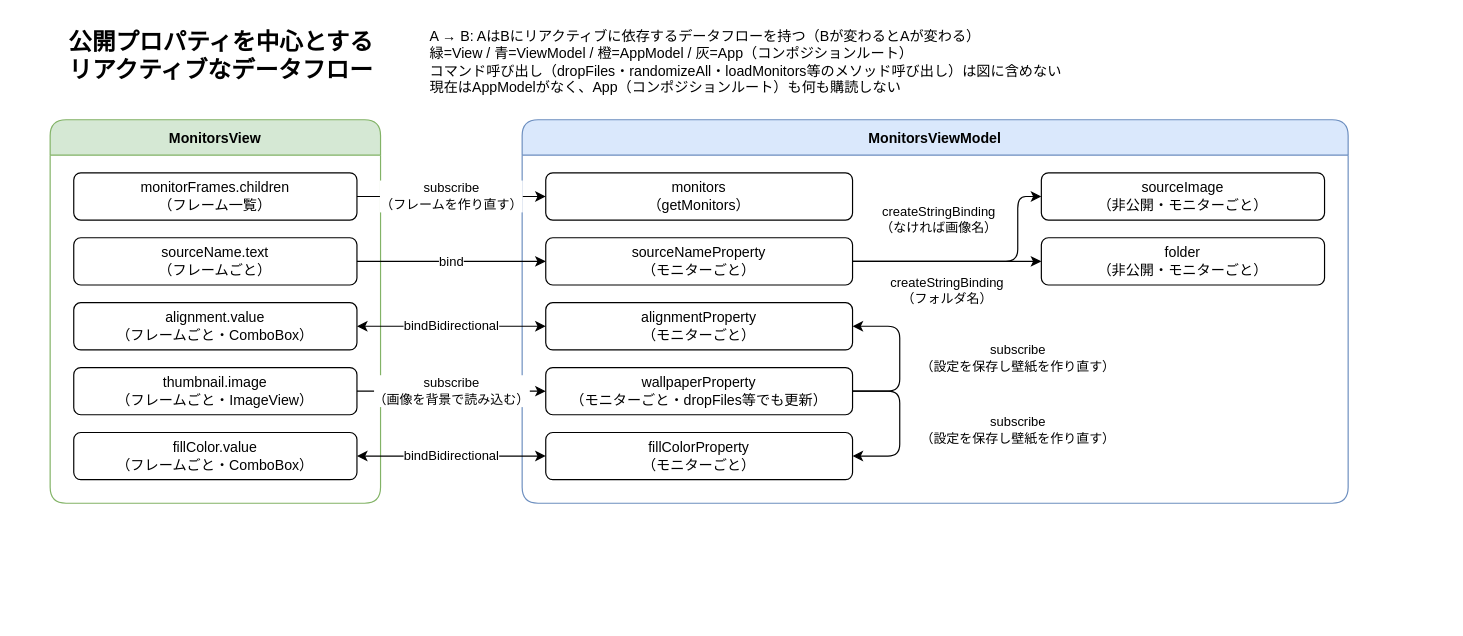
sosuisen/sss-wallpaper keeps this draw.io diagram as docs/reactive-dependencies.drawio. Above is the earlier version. Source tidied: cells renumbered, new cells numbered last; positions are measured from the earlier drawing's top-left corner, leaving out a move shared by most shapes. Both pictures are drawn from the tidied source at 118%, with x=0, y=0 at pixel (20, 20).
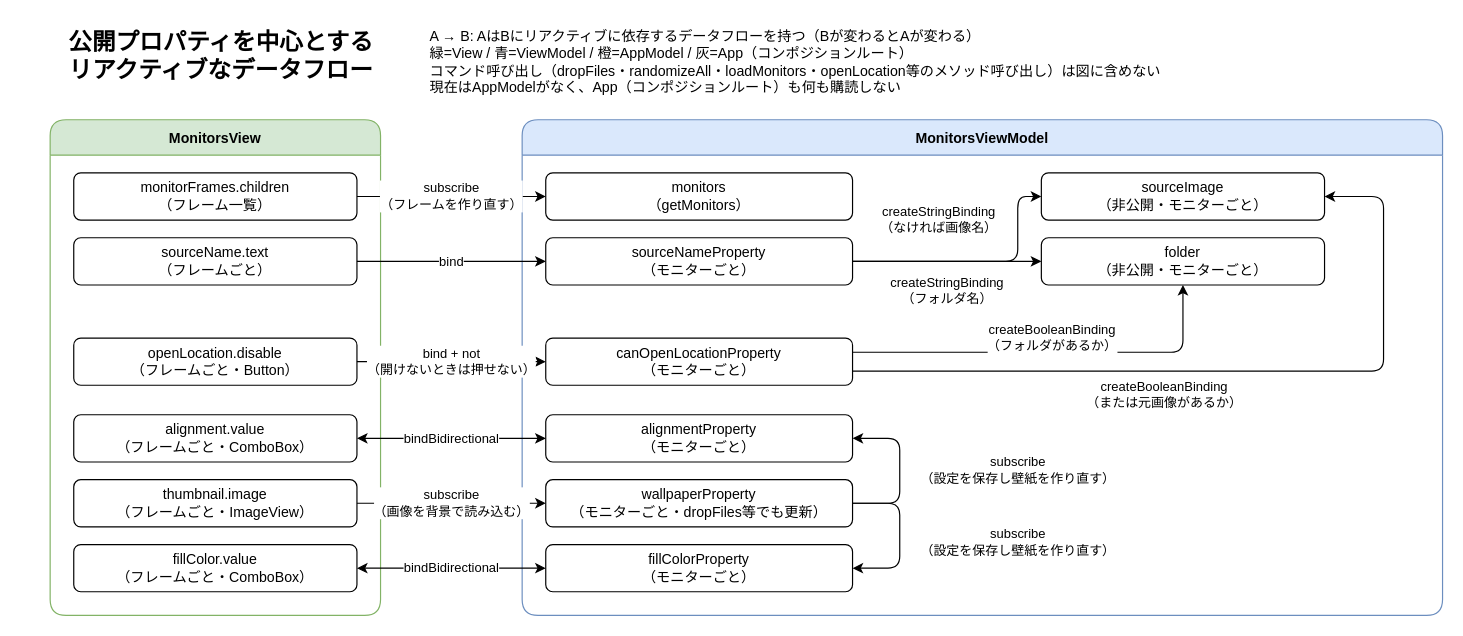
The same page after the edit.

Unchanged cells that the change refers to:
```xml
<mxCell id="16" value="sourceImage&lt;div&gt;（非公開・モニターごと）&lt;/div&gt;" style="rounded=1;whiteSpace=wrap;html=1;fillColor=#ffffff;" parent="10" vertex="1">
  <mxGeometry x="440" y="45" width="240" height="40" as="geometry" />
</mxCell>
<mxCell id="17" value="folder&lt;div&gt;（非公開・モニターごと）&lt;/div&gt;" style="rounded=1;whiteSpace=wrap;html=1;fillColor=#ffffff;" parent="10" vertex="1">
  <mxGeometry x="440" y="100" width="240" height="40" as="geometry" />
</mxCell>
```

The edit, as a diff of the source:
```diff
@@
-    <mxCell id="3" value="A → B: AはBにリアクティブに依存するデータフローを持つ（Bが変わるとAが変わる）&lt;br&gt;緑=View / 青=ViewModel / 橙=AppModel / 灰=App（コンポジションルート）&lt;br&gt;コマンド呼び出し（dropFiles・randomizeAll・loadMonitors等のメソッド呼び出し）は図に含めない&lt;br&gt;現在はAppModelがなく、App（コンポジションルート）も何も購読しない" style="text;html=1;align=left;verticalAlign=top;whiteSpace=wrap;fontSize=12;" parent="1" vertex="1">
+    <mxCell id="3" value="A → B: AはBにリアクティブに依存するデータフローを持つ（Bが変わるとAが変わる）&lt;br&gt;緑=View / 青=ViewModel / 橙=AppModel / 灰=App（コンポジションルート）&lt;br&gt;コマンド呼び出し（dropFiles・randomizeAll・loadMonitors・openLocation等のメソッド呼び出し）は図に含めない&lt;br&gt;現在はAppModelがなく、App（コンポジションルート）も何も購読しない" style="text;html=1;align=left;verticalAlign=top;whiteSpace=wrap;fontSize=12;" parent="1" vertex="1">
       <mxGeometry x="345" width="700" height="70" as="geometry" />
     </mxCell>
     <mxCell id="4" value="MonitorsView" style="swimlane;rounded=1;startSize=30;fillColor=#d5e8d4;strokeColor=#82b366;" parent="1" vertex="1">
-      <mxGeometry x="25" y="84" width="280" height="325" as="geometry" />
+      <mxGeometry x="25" y="84" width="280" height="420" as="geometry" />
     </mxCell>
@@
     <mxCell id="7" value="alignment.value&lt;div&gt;（フレームごと・ComboBox）&lt;/div&gt;" style="rounded=1;whiteSpace=wrap;html=1;fillColor=#ffffff;" parent="4" vertex="1">
-      <mxGeometry x="20" y="155" width="240" height="40" as="geometry" />
+      <mxGeometry x="20" y="250" width="240" height="40" as="geometry" />
     </mxCell>
     <mxCell id="8" value="thumbnail.image&lt;div&gt;（フレームごと・ImageView）&lt;/div&gt;" style="rounded=1;whiteSpace=wrap;html=1;fillColor=#ffffff;" parent="4" vertex="1">
-      <mxGeometry x="20" y="210" width="240" height="40" as="geometry" />
+      <mxGeometry x="20" y="305" width="240" height="40" as="geometry" />
     </mxCell>
     <mxCell id="9" value="fillColor.value&lt;div&gt;（フレームごと・ComboBox）&lt;/div&gt;" style="rounded=1;whiteSpace=wrap;html=1;fillColor=#ffffff;" parent="4" vertex="1">
-      <mxGeometry x="20" y="265" width="240" height="40" as="geometry" />
+      <mxGeometry x="20" y="360" width="240" height="40" as="geometry" />
     </mxCell>
+    <mxCell id="27" value="openLocation.disable&lt;div&gt;（フレームごと・Button）&lt;/div&gt;" style="rounded=1;whiteSpace=wrap;html=1;fillColor=#ffffff;" parent="4" vertex="1">
+      <mxGeometry x="20" y="185" width="240" height="40" as="geometry" />
+    </mxCell>
     <mxCell id="10" value="MonitorsViewModel" style="swimlane;rounded=1;startSize=30;fillColor=#dae8fc;strokeColor=#6c8ebf;" parent="1" vertex="1">
-      <mxGeometry x="425" y="84" width="700" height="325" as="geometry" />
+      <mxGeometry x="425" y="84" width="780" height="420" as="geometry" />
     </mxCell>
@@
     <mxCell id="13" value="alignmentProperty&lt;div&gt;（モニターごと）&lt;/div&gt;" style="rounded=1;whiteSpace=wrap;html=1;fillColor=#ffffff;" parent="10" vertex="1">
-      <mxGeometry x="20" y="155" width="260" height="40" as="geometry" />
+      <mxGeometry x="20" y="250" width="260" height="40" as="geometry" />
     </mxCell>
     <mxCell id="14" value="wallpaperProperty&lt;div&gt;（モニターごと・dropFiles等でも更新）&lt;/div&gt;" style="rounded=1;whiteSpace=wrap;html=1;fillColor=#ffffff;" parent="10" vertex="1">
-      <mxGeometry x="20" y="210" width="260" height="40" as="geometry" />
+      <mxGeometry x="20" y="305" width="260" height="40" as="geometry" />
     </mxCell>
     <mxCell id="15" value="fillColorProperty&lt;div&gt;（モニターごと）&lt;/div&gt;" style="rounded=1;whiteSpace=wrap;html=1;fillColor=#ffffff;" parent="10" vertex="1">
-      <mxGeometry x="20" y="265" width="260" height="40" as="geometry" />
+      <mxGeometry x="20" y="360" width="260" height="40" as="geometry" />
     </mxCell>
+    <mxCell id="28" value="canOpenLocationProperty&lt;div&gt;（モニターごと）&lt;/div&gt;" style="rounded=1;whiteSpace=wrap;html=1;fillColor=#ffffff;" parent="10" vertex="1">
+      <mxGeometry x="20" y="185" width="260" height="40" as="geometry" />
+    </mxCell>
@@
     <mxCell id="25" value="subscribe&lt;div&gt;（設定を保存し壁紙を作り直す）&lt;/div&gt;" style="edgeStyle=orthogonalEdgeStyle;rounded=1;html=1;exitX=1;exitY=0.5;exitDx=0;exitDy=0;entryX=1;entryY=0.5;entryDx=0;entryDy=0;" parent="1" edge="1" source="14" target="13">
       <mxGeometry relative="1" as="geometry">
         <Array as="points">
-          <mxPoint x="745" y="314" />
-          <mxPoint x="745" y="259" />
+          <mxPoint x="745" y="409" />
+          <mxPoint x="745" y="354" />
         </Array>
         <mxPoint x="100" as="offset" />
       </mxGeometry>
     </mxCell>
     <mxCell id="26" value="subscribe&lt;div&gt;（設定を保存し壁紙を作り直す）&lt;/div&gt;" style="edgeStyle=orthogonalEdgeStyle;rounded=1;html=1;exitX=1;exitY=0.5;exitDx=0;exitDy=0;entryX=1;entryY=0.5;entryDx=0;entryDy=0;" parent="1" edge="1" source="14" target="15">
       <mxGeometry relative="1" as="geometry">
         <Array as="points">
-          <mxPoint x="745" y="314" />
-          <mxPoint x="745" y="369" />
+          <mxPoint x="745" y="409" />
+          <mxPoint x="745" y="464" />
         </Array>
         <mxPoint x="100" y="5" as="offset" />
       </mxGeometry>
     </mxCell>
+    <mxCell id="29" value="bind + not&lt;div&gt;（開けないときは押せない）&lt;/div&gt;" style="edgeStyle=orthogonalEdgeStyle;rounded=1;html=1;" parent="1" edge="1" source="27" target="28">
+      <mxGeometry relative="1" as="geometry" />
+    </mxCell>
+    <mxCell id="30" value="createBooleanBinding&lt;div&gt;（フォルダがあるか）&lt;/div&gt;" style="edgeStyle=orthogonalEdgeStyle;rounded=1;html=1;exitX=1;exitY=0.3;exitDx=0;exitDy=0;entryX=0.5;entryY=1;entryDx=0;entryDy=0;" parent="1" edge="1" source="28" target="17">
+      <mxGeometry relative="1" as="geometry">
+        <Array as="points">
+          <mxPoint x="985" y="281" />
+        </Array>
+        <mxPoint y="-12" as="offset" />
+      </mxGeometry>
+    </mxCell>
+    <mxCell id="31" value="createBooleanBinding&lt;div&gt;（または元画像があるか）&lt;/div&gt;" style="edgeStyle=orthogonalEdgeStyle;rounded=1;html=1;exitX=1;exitY=0.7;exitDx=0;exitDy=0;entryX=1;entryY=0.5;entryDx=0;entryDy=0;" parent="1" edge="1" source="28" target="16">
+      <mxGeometry relative="1" as="geometry">
+        <Array as="points">
+          <mxPoint x="1155" y="297" />
+          <mxPoint x="1155" y="149" />
+        </Array>
+        <mxPoint x="-60" y="20" as="offset" />
+      </mxGeometry>
+    </mxCell>
```
